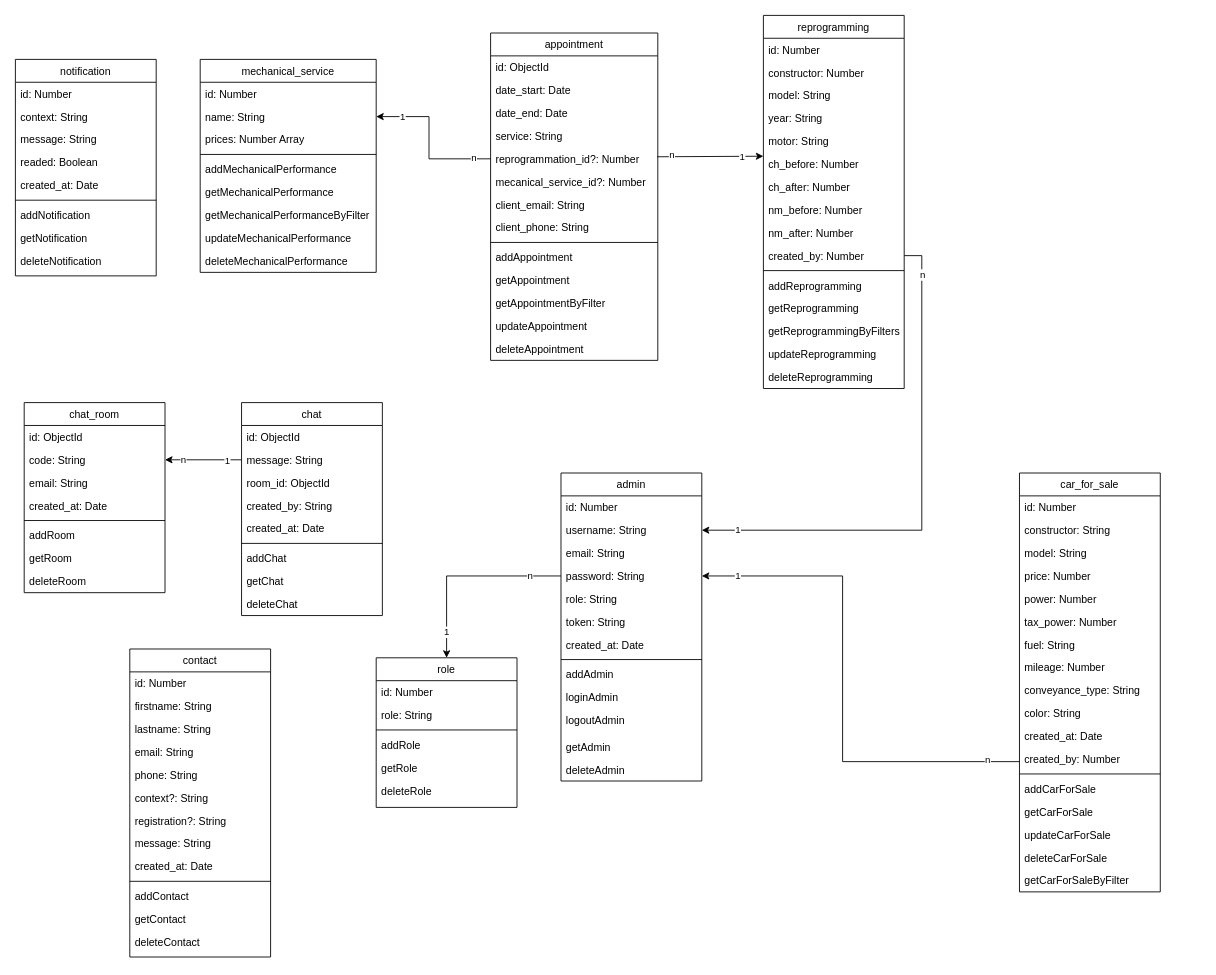
This is documentation/hephaistos-MCD.drawio from nsevendev/hephaistos, a draw.io file, before an edit. Source tidied: cells renumbered, new cells numbered last; positions are measured from the earlier drawing's top-left corner, leaving out a move shared by most shapes. Both pictures are drawn from the tidied source at 88%, with x=0, y=0 at pixel (15, 15).
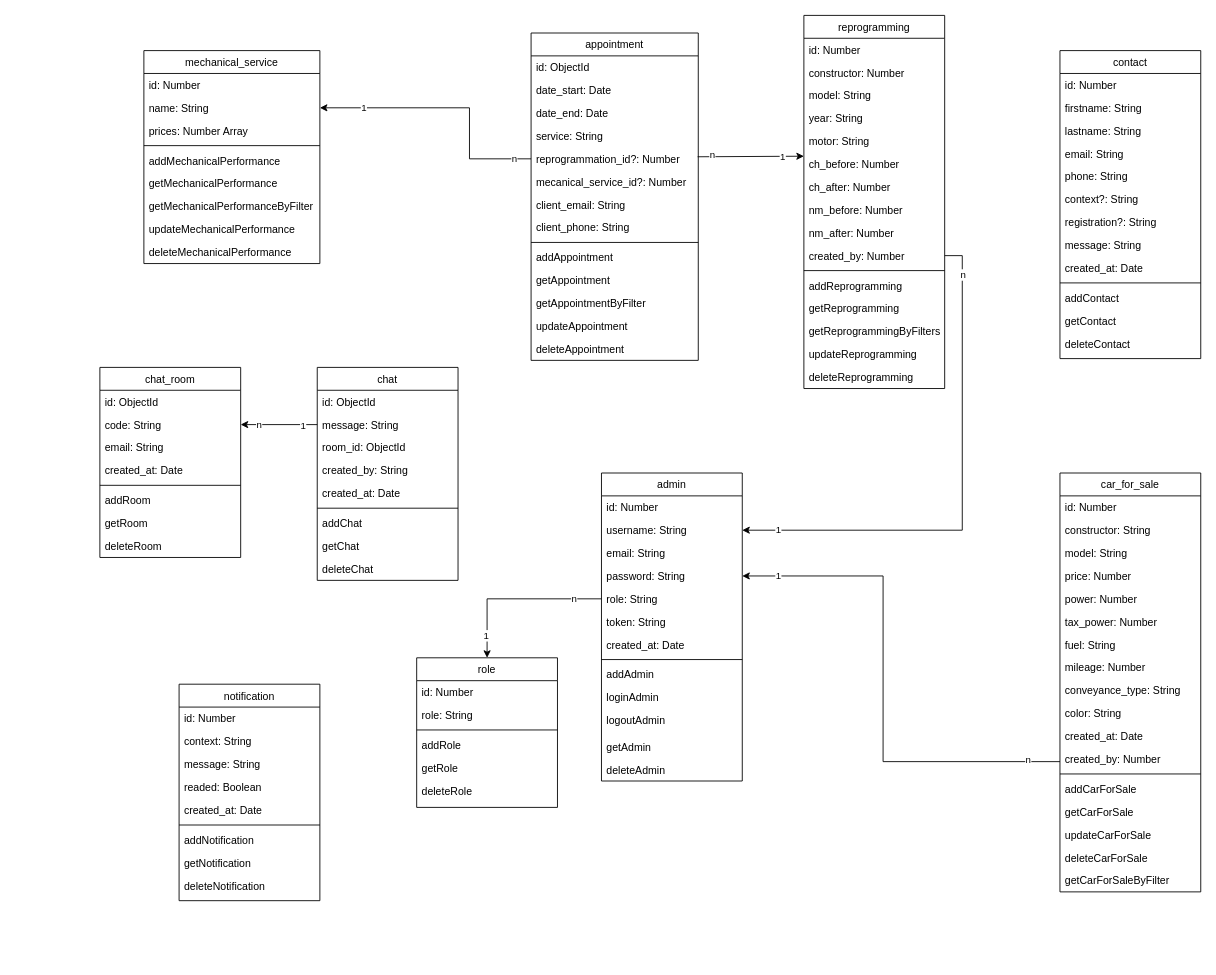
The same diagram, later.

Commit message:
update mise en page

Unchanged cells that the change refers to:
```xml
<mxCell id="4" value="name: String" style="text;align=left;verticalAlign=top;spacingLeft=4;spacingRight=4;overflow=hidden;points=[[0,0.5],[1,0.5]];portConstraint=eastwest;" parent="2" vertex="1">
  <mxGeometry y="52" width="200" height="26" as="geometry" />
</mxCell>
<mxCell id="22" value="created_by: Number" style="text;align=left;verticalAlign=top;spacingLeft=4;spacingRight=4;overflow=hidden;points=[[0,0.5],[1,0.5]];portConstraint=eastwest;" parent="12" vertex="1">
  <mxGeometry y="260" width="160" height="26" as="geometry" />
</mxCell>
<mxCell id="41" value="created_by: Number" style="text;align=left;verticalAlign=top;spacingLeft=4;spacingRight=4;overflow=hidden;points=[[0,0.5],[1,0.5]];portConstraint=eastwest;" parent="29" vertex="1">
  <mxGeometry y="312" width="160" height="26" as="geometry" />
</mxCell>
<mxCell id="72" value="reprogrammation_id?: Number" style="text;align=left;verticalAlign=top;spacingLeft=4;spacingRight=4;overflow=hidden;points=[[0,0.5],[1,0.5]];portConstraint=eastwest;" parent="67" vertex="1">
  <mxGeometry y="130" width="190" height="26" as="geometry" />
</mxCell>
<mxCell id="93" value="username: String" style="text;align=left;verticalAlign=top;spacingLeft=4;spacingRight=4;overflow=hidden;points=[[0,0.5],[1,0.5]];portConstraint=eastwest;" parent="91" vertex="1">
  <mxGeometry y="52" width="160" height="26" as="geometry" />
</mxCell>
<mxCell id="95" value="password: String" style="text;align=left;verticalAlign=top;spacingLeft=4;spacingRight=4;overflow=hidden;points=[[0,0.5],[1,0.5]];portConstraint=eastwest;" parent="91" vertex="1">
  <mxGeometry y="104" width="160" height="26" as="geometry" />
</mxCell>
<mxCell id="96" value="role: String" style="text;align=left;verticalAlign=top;spacingLeft=4;spacingRight=4;overflow=hidden;points=[[0,0.5],[1,0.5]];portConstraint=eastwest;" parent="91" vertex="1">
  <mxGeometry y="130" width="160" height="26" as="geometry" />
</mxCell>
```

Change to the diagram source:
```diff
@@
     <mxCell id="2" value="mechanical_service" style="swimlane;fontStyle=0;align=center;verticalAlign=top;horizontal=1;startSize=26;rounded=0;shadow=0;strokeWidth=1;" parent="1" vertex="1">
-      <mxGeometry x="210" y="50" width="200" height="242" as="geometry" />
+      <mxGeometry x="146" y="40" width="200" height="242" as="geometry" />
     </mxCell>
@@
     <mxCell id="12" value="reprogramming" style="swimlane;fontStyle=0;align=center;verticalAlign=top;horizontal=1;startSize=26;rounded=0;shadow=0;strokeWidth=1;" parent="1" vertex="1">
-      <mxGeometry x="850" width="160" height="424" as="geometry" />
+      <mxGeometry x="896" width="160" height="424" as="geometry" />
     </mxCell>
@@
     <mxCell id="29" value="car_for_sale" style="swimlane;fontStyle=0;align=center;verticalAlign=top;horizontal=1;startSize=26;rounded=0;shadow=0;strokeWidth=1;" parent="1" vertex="1">
-      <mxGeometry x="1141" y="520" width="160" height="476" as="geometry" />
+      <mxGeometry x="1187" y="520" width="160" height="476" as="geometry" />
     </mxCell>
@@
     <mxCell id="48" value="chat_room" style="swimlane;fontStyle=0;align=center;verticalAlign=top;horizontal=1;startSize=26;rounded=0;shadow=0;strokeWidth=1;" parent="1" vertex="1">
-      <mxGeometry x="10" y="440" width="160" height="216" as="geometry" />
+      <mxGeometry x="96" y="400" width="160" height="216" as="geometry" />
     </mxCell>
@@
     <mxCell id="57" value="chat" style="swimlane;fontStyle=0;align=center;verticalAlign=top;horizontal=1;startSize=26;rounded=0;shadow=0;strokeWidth=1;" parent="1" vertex="1">
-      <mxGeometry x="257" y="440" width="160" height="242" as="geometry" />
+      <mxGeometry x="343" y="400" width="160" height="242" as="geometry" />
     </mxCell>
@@
     <mxCell id="67" value="appointment" style="swimlane;fontStyle=0;align=center;verticalAlign=top;horizontal=1;startSize=26;rounded=0;shadow=0;strokeWidth=1;" parent="1" vertex="1">
-      <mxGeometry x="540" y="20" width="190" height="372" as="geometry" />
+      <mxGeometry x="586" y="20" width="190" height="372" as="geometry" />
     </mxCell>
@@
     <mxCell id="85" style="endArrow=classic;html=1;rounded=0;exitX=0;exitY=0.5;exitDx=0;exitDy=0;entryX=1;entryY=0.5;entryDx=0;entryDy=0;" parent="1" edge="1" source="72" target="4">
       <mxGeometry relative="1" as="geometry">
         <Array as="points">
-          <mxPoint x="470" y="163" />
-          <mxPoint x="470" y="115" />
+          <mxPoint x="516" y="163" />
+          <mxPoint x="516" y="105" />
         </Array>
       </mxGeometry>
     </mxCell>
     <mxCell id="86" value="n" style="edgeLabel;html=1;align=center;verticalAlign=middle;" parent="85" vertex="1">
       <mxGeometry relative="1" as="geometry">
-        <mxPoint x="50" y="17" as="offset" />
+        <mxPoint x="71" y="57" as="offset" />
       </mxGeometry>
     </mxCell>
@@
     <mxCell id="91" value="admin" style="swimlane;fontStyle=0;align=center;verticalAlign=top;horizontal=1;startSize=26;rounded=0;shadow=0;strokeWidth=1;" parent="1" vertex="1">
-      <mxGeometry x="620" y="520" width="160" height="350" as="geometry" />
+      <mxGeometry x="666" y="520" width="160" height="350" as="geometry" />
     </mxCell>
@@
     <mxCell id="105" value="contact" style="swimlane;fontStyle=0;align=center;verticalAlign=top;horizontal=1;startSize=26;rounded=0;shadow=0;strokeWidth=1;" parent="1" vertex="1">
-      <mxGeometry x="130" y="720" width="160" height="350" as="geometry" />
+      <mxGeometry x="1187" y="40" width="160" height="350" as="geometry" />
     </mxCell>
@@
     <mxCell id="119" value="role" style="swimlane;fontStyle=0;align=center;verticalAlign=top;horizontal=1;startSize=26;rounded=0;shadow=0;strokeWidth=1;" parent="1" vertex="1">
-      <mxGeometry x="410" y="730" width="160" height="170" as="geometry" />
+      <mxGeometry x="456" y="730" width="160" height="170" as="geometry" />
     </mxCell>
@@
-    <mxCell id="126" style="endArrow=classic;html=1;rounded=0;exitX=0;exitY=0.5;exitDx=0;exitDy=0;entryX=0.5;entryY=0;entryDx=0;entryDy=0;" parent="1" edge="1" source="95" target="119">
+    <mxCell id="126" style="endArrow=classic;html=1;rounded=0;exitX=0;exitY=0.5;exitDx=0;exitDy=0;entryX=0.5;entryY=0;entryDx=0;entryDy=0;" parent="1" edge="1" source="96" target="119">
       <mxGeometry relative="1" as="geometry">
         <Array as="points">
-          <mxPoint x="490" y="637" />
+          <mxPoint x="536" y="663" />
         </Array>
       </mxGeometry>
     </mxCell>
     <mxCell id="127" value="1" style="edgeLabel;html=1;align=center;verticalAlign=middle;" parent="126" vertex="1">
       <mxGeometry relative="1" as="geometry">
-        <mxPoint x="-19" y="63" as="offset" />
+        <mxPoint x="-33" y="41" as="offset" />
       </mxGeometry>
     </mxCell>
@@
     <mxCell id="129" style="endArrow=classic;html=1;rounded=0;exitX=1;exitY=0.5;exitDx=0;exitDy=0;entryX=1;entryY=0.5;entryDx=0;entryDy=0;" parent="1" edge="1" source="22" target="93">
       <mxGeometry relative="1" as="geometry">
         <Array as="points">
-          <mxPoint x="1030" y="273" />
-          <mxPoint x="1030" y="585" />
+          <mxPoint x="1076" y="273" />
+          <mxPoint x="1076" y="585" />
         </Array>
       </mxGeometry>
     </mxCell>
@@
     <mxCell id="132" style="endArrow=classic;html=1;rounded=0;exitX=0;exitY=0.615;exitDx=0;exitDy=0;entryX=1;entryY=0.5;entryDx=0;entryDy=0;exitPerimeter=0;" parent="1" edge="1" source="41" target="95">
       <mxGeometry relative="1" as="geometry">
         <Array as="points">
-          <mxPoint x="940" y="848" />
-          <mxPoint x="940" y="637" />
+          <mxPoint x="986" y="848" />
+          <mxPoint x="986" y="637" />
         </Array>
       </mxGeometry>
     </mxCell>
@@
     <mxCell id="135" value="notification" style="swimlane;fontStyle=0;align=center;verticalAlign=top;horizontal=1;startSize=26;rounded=0;shadow=0;strokeWidth=1;" parent="1" vertex="1">
-      <mxGeometry y="50" width="160" height="246" as="geometry" />
+      <mxGeometry x="186" y="760" width="160" height="246" as="geometry" />
     </mxCell>
```
